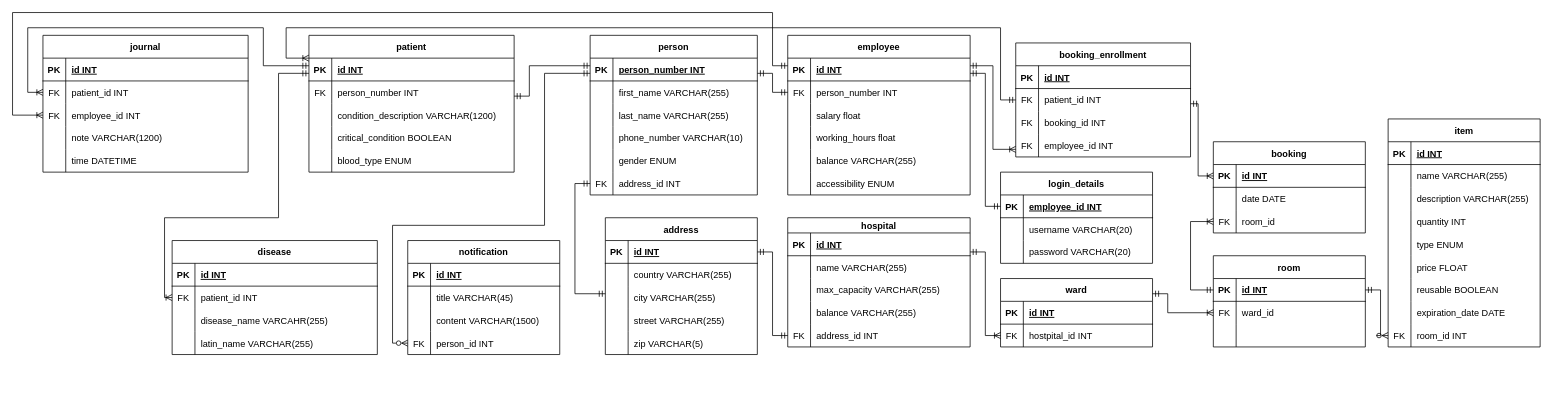
Before: Diagrams/logical_model.drawio in mazrli/Grupp, a draw.io diagram. Source tidied: cells renumbered, new cells numbered last; positions are measured from the earlier drawing's top-left corner, leaving out a move shared by most shapes. Both pictures are drawn from the tidied source at 76%, with x=0, y=0 at pixel (12, 12).
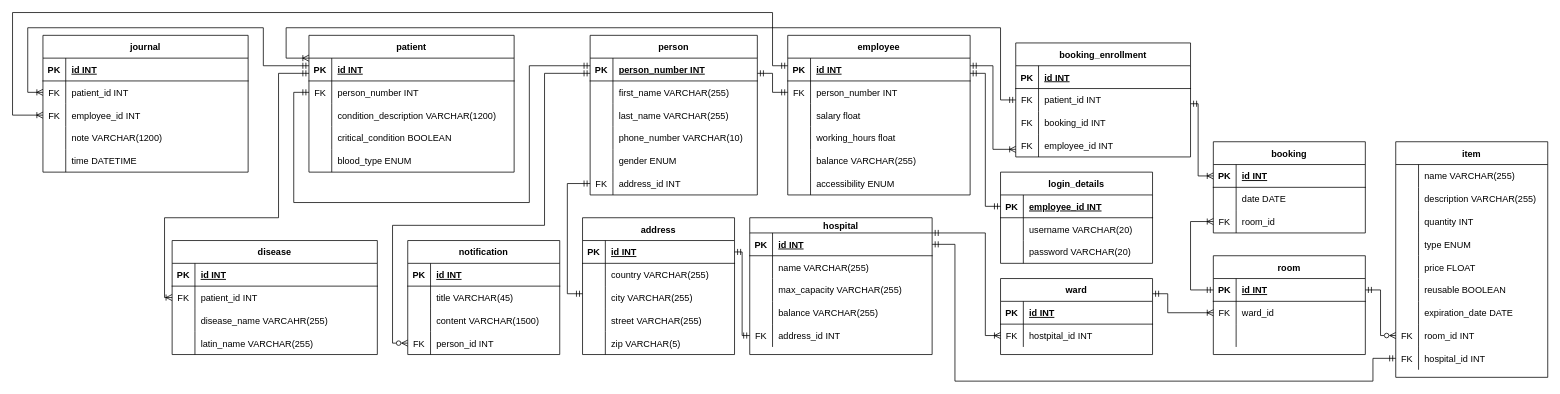
The same page after the edit.

The change refers to these unchanged cells:
```xml
<mxCell id="3" style="shape=partialRectangle;fillColor=none;top=0;left=0;bottom=1;right=0;points=[[0,0.5],[1,0.5]];portConstraint=eastwest;" parent="2" vertex="1">
  <mxGeometry y="20" width="240" height="30" as="geometry" />
</mxCell>
<mxCell id="15" style="shape=partialRectangle;fillColor=none;top=0;left=0;bottom=0;right=0;points=[[0,0.5],[1,0.5]];portConstraint=eastwest;" parent="2" vertex="1">
  <mxGeometry y="140" width="240" height="30" as="geometry" />
</mxCell>
<mxCell id="22" style="shape=partialRectangle;fillColor=none;top=0;left=0;bottom=0;right=0;points=[[0,0.5],[1,0.5]];portConstraint=eastwest;" parent="18" vertex="1">
  <mxGeometry y="60" width="200" height="30" as="geometry" />
</mxCell>
<mxCell id="26" style="shape=partialRectangle;fillColor=none;top=0;left=0;bottom=1;right=0;points=[[0,0.5],[1,0.5]];portConstraint=eastwest;" parent="25" vertex="1">
  <mxGeometry y="30" width="200" height="30" as="geometry" />
</mxCell>
<mxCell id="61" value="person" style="shape=table;startSize=30;childLayout=tableLayout;rowLines=0;fontStyle=1;align=center;" parent="1" vertex="1">
  <mxGeometry x="760" y="30" width="220" height="210" as="geometry" />
</mxCell>
<mxCell id="77" style="shape=partialRectangle;fillColor=none;top=0;left=0;bottom=0;right=0;points=[[0,0.5],[1,0.5]];portConstraint=eastwest;" parent="61" vertex="1">
  <mxGeometry y="180" width="220" height="30" as="geometry" />
</mxCell>
<mxCell id="97" style="shape=partialRectangle;fillColor=none;top=0;left=0;bottom=0;right=0;points=[[0,0.5],[1,0.5]];portConstraint=eastwest;" parent="93" vertex="1">
  <mxGeometry y="60" width="270" height="30" as="geometry" />
</mxCell>
<mxCell id="112" style="shape=partialRectangle;fillColor=none;top=0;left=0;bottom=1;right=0;points=[[0,0.5],[1,0.5]];portConstraint=eastwest;" parent="111" vertex="1">
  <mxGeometry y="30" width="200" height="30" as="geometry" />
</mxCell>
```

Diff of the diagram source:
```diff
@@
     <mxCell id="2" value="hospital" style="shape=table;startSize=20;childLayout=tableLayout;rowLines=0;fontStyle=1;align=center;" parent="1" vertex="1">
-      <mxGeometry x="1020" y="270" width="240" height="170" as="geometry" />
+      <mxGeometry x="970" y="270" width="240" height="180" as="geometry" />
     </mxCell>
@@
     <mxCell id="18" value="ward" style="shape=table;startSize=30;childLayout=tableLayout;rowLines=0;fontStyle=1;align=center;" parent="1" vertex="1">
-      <mxGeometry x="1300" y="350" width="200" height="90" as="geometry" />
+      <mxGeometry x="1300" y="350" width="200" height="100" as="geometry" />
     </mxCell>
@@
     <mxCell id="25" value="address" style="shape=table;startSize=30;childLayout=tableLayout;rowLines=0;fontStyle=1;align=center;" parent="1" vertex="1">
-      <mxGeometry x="780" y="270" width="200" height="180" as="geometry" />
+      <mxGeometry x="750" y="270" width="200" height="180" as="geometry" />
     </mxCell>
@@
     <mxCell id="41" style="edgeStyle=orthogonalEdgeStyle;rounded=0;jettySize=auto;html=1;startArrow=ERmandOne;startFill=0;endArrow=ERmandOne;endFill=0;" parent="1" edge="1" source="15" target="26">
       <mxGeometry relative="1" as="geometry">
         <Array as="points">
-          <mxPoint x="1000" y="425" />
-          <mxPoint x="1000" y="315" />
+          <mxPoint x="960" y="425" />
+          <mxPoint x="960" y="315" />
         </Array>
       </mxGeometry>
     </mxCell>
@@
     <mxCell id="80" style="edgeStyle=orthogonalEdgeStyle;rounded=0;jettySize=auto;html=1;startArrow=ERmandOne;startFill=0;endArrow=ERmandOne;endFill=0;" parent="1" edge="1" source="77" target="25">
       <mxGeometry relative="1" as="geometry">
         <Array as="points">
-          <mxPoint x="740" y="225" />
-          <mxPoint x="740" y="370" />
+          <mxPoint x="730" y="225" />
+          <mxPoint x="730" y="370" />
         </Array>
       </mxGeometry>
     </mxCell>
@@
     <mxCell id="109" style="edgeStyle=orthogonalEdgeStyle;rounded=0;jettySize=auto;html=1;startArrow=ERmandOne;startFill=0;endArrow=ERmandOne;endFill=0;" parent="1" edge="1" source="97" target="61">
       <mxGeometry relative="1" as="geometry">
         <Array as="points">
-          <mxPoint x="680" y="110" />
+          <mxPoint x="370" y="105" />
+          <mxPoint x="370" y="250" />
+          <mxPoint x="680" y="250" />
           <mxPoint x="680" y="70" />
         </Array>
       </mxGeometry>
     </mxCell>
@@
     <mxCell id="111" value="room" style="shape=table;startSize=30;childLayout=tableLayout;rowLines=0;fontStyle=1;align=center;" parent="1" vertex="1">
-      <mxGeometry x="1580" y="320" width="200" height="120" as="geometry" />
+      <mxGeometry x="1580" y="320" width="200" height="130" as="geometry" />
     </mxCell>
@@
     <mxCell id="121" style="edgeStyle=orthogonalEdgeStyle;rounded=0;jettySize=auto;html=1;entryX=0;entryY=0.5;entryDx=0;entryDy=0;startArrow=ERmandOne;startFill=0;endArrow=ERoneToMany;endFill=0;" parent="1" edge="1" source="3" target="22">
       <mxGeometry relative="1" as="geometry">
         <Array as="points">
-          <mxPoint x="1280" y="315" />
+          <mxPoint x="1280" y="290" />
           <mxPoint x="1280" y="425" />
         </Array>
       </mxGeometry>
     </mxCell>
     <mxCell id="122" value="item" style="shape=table;startSize=30;childLayout=tableLayout;rowLines=0;fontStyle=1;align=center;" parent="1" vertex="1">
-      <mxGeometry x="1810" y="140" width="200" height="300" as="geometry" />
+      <mxGeometry x="1820" y="170" width="200" height="310" as="geometry" />
     </mxCell>
-    <mxCell id="123" style="shape=partialRectangle;fillColor=none;top=0;left=0;bottom=1;right=0;" parent="122" vertex="1">
-      <mxGeometry y="30" width="200" height="30" as="geometry" />
-    </mxCell>
-    <mxCell id="124" value="PK" style="shape=partialRectangle;fillColor=none;top=0;left=0;bottom=0;right=0;fontStyle=1;overflow=hidden;" parent="123" vertex="1">
-      <mxGeometry width="30" height="30" as="geometry" />
-    </mxCell>
-    <mxCell id="125" value="id INT" style="shape=partialRectangle;fillColor=none;top=0;left=0;bottom=0;right=0;align=left;spacingLeft=6;fontStyle=5;overflow=hidden;" parent="123" vertex="1">
-      <mxGeometry x="30" width="170" height="30" as="geometry" />
-    </mxCell>
     <mxCell id="126" style="shape=partialRectangle;fillColor=none;top=0;left=0;bottom=0;right=0;" parent="122" vertex="1">
-      <mxGeometry y="60" width="200" height="30" as="geometry" />
+      <mxGeometry y="30" width="200" height="30" as="geometry" />
     </mxCell>
@@
     <mxCell id="129" style="shape=partialRectangle;fillColor=none;top=0;left=0;bottom=0;right=0;" parent="122" vertex="1">
-      <mxGeometry y="90" width="200" height="30" as="geometry" />
+      <mxGeometry y="60" width="200" height="30" as="geometry" />
     </mxCell>
@@
     <mxCell id="132" style="shape=partialRectangle;fillColor=none;top=0;left=0;bottom=0;right=0;" parent="122" vertex="1">
-      <mxGeometry y="120" width="200" height="30" as="geometry" />
+      <mxGeometry y="90" width="200" height="30" as="geometry" />
     </mxCell>
@@
     <mxCell id="135" style="shape=partialRectangle;fillColor=none;top=0;left=0;bottom=0;right=0;" parent="122" vertex="1">
-      <mxGeometry y="150" width="200" height="30" as="geometry" />
+      <mxGeometry y="120" width="200" height="30" as="geometry" />
     </mxCell>
@@
     <mxCell id="138" style="shape=partialRectangle;fillColor=none;top=0;left=0;bottom=0;right=0;" parent="122" vertex="1">
-      <mxGeometry y="180" width="200" height="30" as="geometry" />
+      <mxGeometry y="150" width="200" height="30" as="geometry" />
     </mxCell>
@@
     <mxCell id="141" style="shape=partialRectangle;fillColor=none;top=0;left=0;bottom=0;right=0;" parent="122" vertex="1">
-      <mxGeometry y="210" width="200" height="30" as="geometry" />
+      <mxGeometry y="180" width="200" height="30" as="geometry" />
     </mxCell>
@@
     <mxCell id="144" style="shape=partialRectangle;fillColor=none;top=0;left=0;bottom=0;right=0;" parent="122" vertex="1">
-      <mxGeometry y="240" width="200" height="30" as="geometry" />
+      <mxGeometry y="210" width="200" height="30" as="geometry" />
     </mxCell>
@@
     <mxCell id="147" style="shape=partialRectangle;fillColor=none;top=0;left=0;bottom=0;right=0;points=[[0,0.5],[1,0.5]];portConstraint=eastwest;" parent="122" vertex="1">
-      <mxGeometry y="270" width="200" height="30" as="geometry" />
+      <mxGeometry y="240" width="200" height="30" as="geometry" />
     </mxCell>
@@
+    <mxCell id="224" style="shape=partialRectangle;fillColor=none;top=0;left=0;bottom=0;right=0;points=[[0,0.5],[1,0.5]];portConstraint=eastwest;" parent="122" vertex="1">
+      <mxGeometry y="270" width="200" height="30" as="geometry" />
+    </mxCell>
+    <mxCell id="225" value="FK" style="shape=partialRectangle;fillColor=none;top=0;left=0;bottom=0;right=0;overflow=hidden;" parent="224" vertex="1">
+      <mxGeometry width="30" height="30" as="geometry" />
+    </mxCell>
+    <mxCell id="226" value="hospital_id INT" style="shape=partialRectangle;fillColor=none;top=0;left=0;bottom=0;right=0;align=left;spacingLeft=6;overflow=hidden;" parent="224" vertex="1">
+      <mxGeometry x="30" width="170" height="30" as="geometry" />
+    </mxCell>
-    <mxCell id="150" style="edgeStyle=orthogonalEdgeStyle;rounded=0;jettySize=auto;html=1;startArrow=ERzeroToMany;startFill=0;endArrow=ERmandOne;endFill=0;" parent="1" edge="1" source="147" target="112">
+    <mxCell id="150" style="edgeStyle=orthogonalEdgeStyle;rounded=0;jettySize=auto;html=1;startArrow=ERzeroToMany;startFill=0;endArrow=ERmandOne;endFill=0;exitX=0;exitY=0.5;exitDx=0;exitDy=0;" parent="1" edge="1" source="147" target="112">
       <mxGeometry relative="1" as="geometry">
         <Array as="points">
           <mxPoint x="1800" y="425" />
           <mxPoint x="1800" y="365" />
         </Array>
       </mxGeometry>
     </mxCell>
@@
+    <mxCell id="227" style="edgeStyle=orthogonalEdgeStyle;rounded=0;jettySize=auto;html=1;exitX=0;exitY=0.5;exitDx=0;exitDy=0;startArrow=ERmandOne;startFill=0;endArrow=ERmandOne;endFill=0;" parent="1" edge="1" source="224" target="3">
+      <mxGeometry relative="1" as="geometry">
+        <Array as="points">
+          <mxPoint x="1790" y="455" />
+          <mxPoint x="1790" y="485" />
+          <mxPoint x="1240" y="485" />
+          <mxPoint x="1240" y="305" />
+        </Array>
+      </mxGeometry>
+    </mxCell>
```
